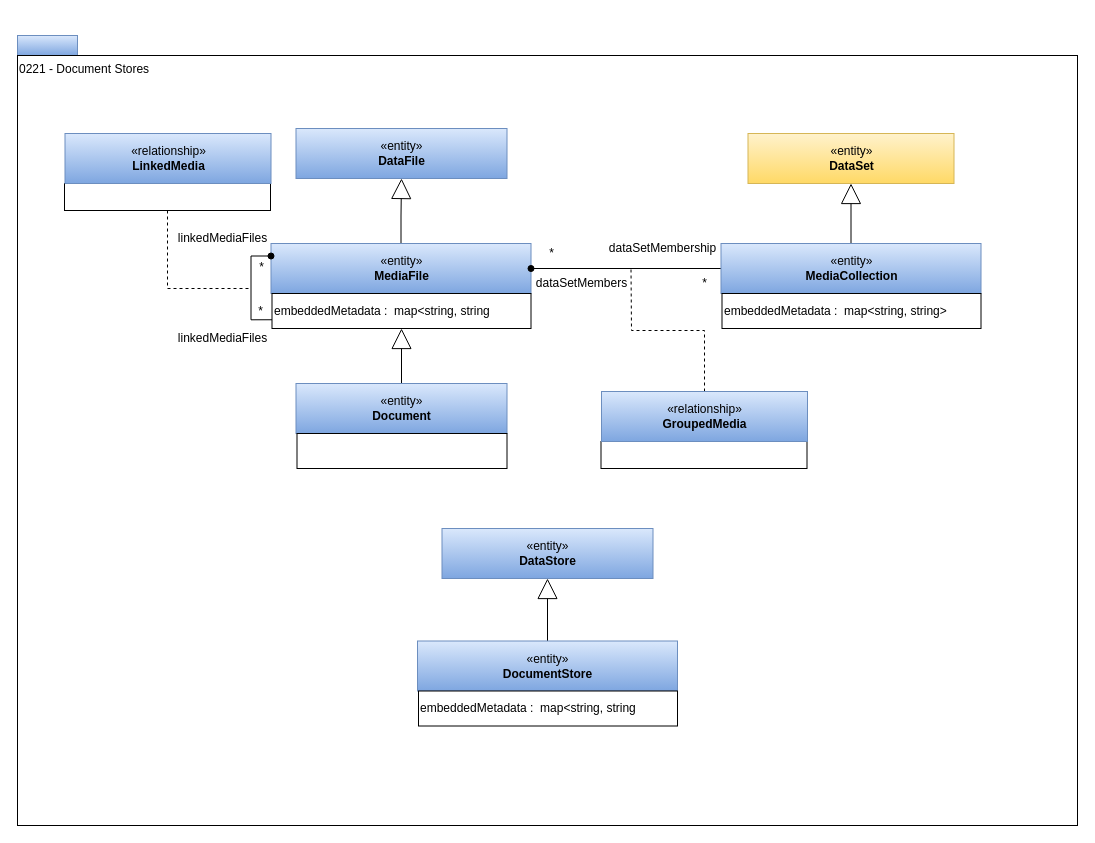
The draw.io diagram page "0221-Document-Stores" (11 of 25) of site/docs/types/2/area-2-assets.drawio in odpi/egeria-docs, before the edit. Source tidied: cells renumbered, new cells numbered last; positions are measured from the earlier drawing's top-left corner, leaving out a move shared by most shapes. Both pictures are drawn from the tidied source at 100%, with x=0, y=0 at pixel (17, 35).
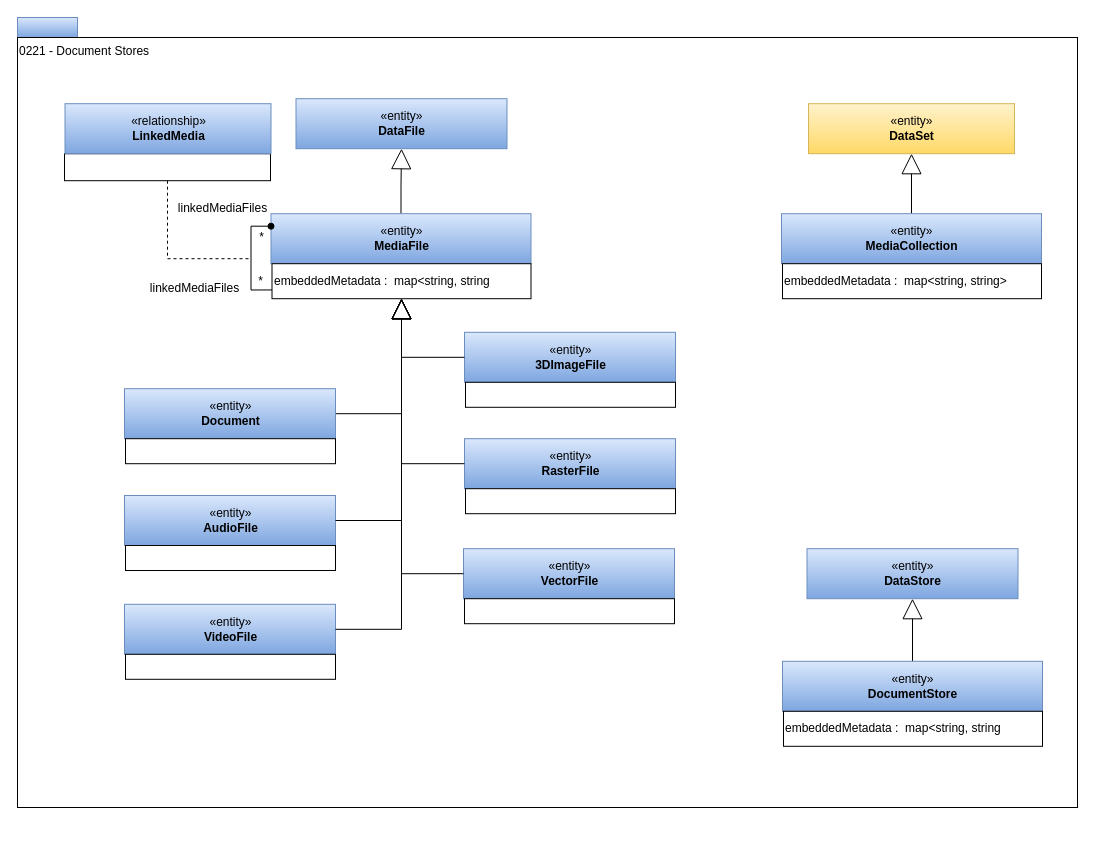
The same page after the edit.

The edit, as a diff of the source:
```diff
@@
     <mxCell id="2" style="rounded=0;whiteSpace=wrap;html=1;align=left;fillColor=#dae8fc;strokeColor=#6c8ebf;gradientColor=#7ea6e0;" parent="1" vertex="1">
-      <mxGeometry width="60" height="20" as="geometry" />
+      <mxGeometry y="-18" width="60" height="20" as="geometry" />
     </mxCell>
     <mxCell id="3" value="0221 - Document Stores" style="rounded=0;whiteSpace=wrap;html=1;align=left;verticalAlign=top;" parent="1" vertex="1">
-      <mxGeometry y="20" width="1060" height="770" as="geometry" />
+      <mxGeometry y="2" width="1060" height="770" as="geometry" />
     </mxCell>
     <mxCell id="4" value="«entity»&lt;br&gt;&lt;b&gt;DataFile&lt;/b&gt;" style="html=1;strokeColor=#6c8ebf;align=center;fillColor=#dae8fc;gradientColor=#7ea6e0;" parent="1" vertex="1">
-      <mxGeometry x="278.5" y="93" width="211" height="50" as="geometry" />
+      <mxGeometry x="278.5" y="63.2" width="211" height="50" as="geometry" />
     </mxCell>
@@
     <mxCell id="6" value="«entity»&lt;br&gt;&lt;b&gt;MediaFile&lt;/b&gt;" style="html=1;strokeColor=#6c8ebf;align=center;fillColor=#dae8fc;gradientColor=#7ea6e0;" parent="1" vertex="1">
-      <mxGeometry x="253.5" y="208" width="260" height="50" as="geometry" />
+      <mxGeometry x="253.5" y="178.2" width="260" height="50" as="geometry" />
     </mxCell>
     <mxCell id="7" value="embeddedMetadata :&amp;nbsp; map&amp;lt;string, string" style="rounded=0;whiteSpace=wrap;html=1;strokeColor=#000000;gradientColor=#ffffff;align=left;" parent="1" vertex="1">
-      <mxGeometry x="254.5" y="258" width="259" height="35" as="geometry" />
+      <mxGeometry x="254.5" y="228.2" width="259" height="35" as="geometry" />
     </mxCell>
-    <mxCell id="8" style="edgeStyle=orthogonalEdgeStyle;rounded=0;jettySize=auto;html=1;entryX=0.5;entryY=1;entryDx=0;entryDy=0;startArrow=none;startFill=0;endArrow=block;endFill=0;endSize=18;targetPerimeterSpacing=9;" parent="1" edge="1" source="9" target="7">
+    <mxCell id="8" style="edgeStyle=orthogonalEdgeStyle;rounded=0;jettySize=auto;html=1;entryX=0.5;entryY=1;entryDx=0;entryDy=0;startArrow=none;startFill=0;endArrow=block;endFill=0;endSize=18;targetPerimeterSpacing=9;exitX=1;exitY=0.5;exitDx=0;exitDy=0;" parent="1" edge="1" source="9" target="7">
       <mxGeometry relative="1" as="geometry" />
     </mxCell>
     <mxCell id="9" value="«entity»&lt;br&gt;&lt;b&gt;Document&lt;/b&gt;" style="html=1;strokeColor=#6c8ebf;align=center;fillColor=#dae8fc;gradientColor=#7ea6e0;" parent="1" vertex="1">
-      <mxGeometry x="278.5" y="348" width="211" height="50" as="geometry" />
+      <mxGeometry x="107" y="353.2" width="211" height="50" as="geometry" />
     </mxCell>
     <mxCell id="10" style="rounded=0;whiteSpace=wrap;html=1;strokeColor=#000000;gradientColor=#ffffff;align=left;" parent="1" vertex="1">
-      <mxGeometry x="279.5" y="398" width="210" height="35" as="geometry" />
+      <mxGeometry x="108" y="403.2" width="210" height="25" as="geometry" />
     </mxCell>
     <mxCell id="11" value="«entity»&lt;br&gt;&lt;b&gt;DataSet&lt;/b&gt;" style="html=1;strokeColor=#d6b656;align=center;fillColor=#fff2cc;gradientColor=#ffd966;" parent="1" vertex="1">
-      <mxGeometry x="730.5" y="98" width="206" height="50" as="geometry" />
+      <mxGeometry x="791" y="68.2" width="206" height="50" as="geometry" />
     </mxCell>
@@
-    <mxCell id="13" style="edgeStyle=orthogonalEdgeStyle;rounded=0;jettySize=auto;html=1;entryX=1;entryY=0.5;entryDx=0;entryDy=0;startArrow=none;startFill=0;endArrow=oval;endFill=1;endSize=6;targetPerimeterSpacing=9;" parent="1" edge="1" source="14" target="6">
-      <mxGeometry relative="1" as="geometry" />
-    </mxCell>
     <mxCell id="14" value="«entity»&lt;br&gt;&lt;b&gt;MediaCollection&lt;/b&gt;" style="html=1;strokeColor=#6c8ebf;align=center;fillColor=#dae8fc;gradientColor=#7ea6e0;" parent="1" vertex="1">
-      <mxGeometry x="703.5" y="208" width="260" height="50" as="geometry" />
+      <mxGeometry x="764" y="178.2" width="260" height="50" as="geometry" />
     </mxCell>
     <mxCell id="15" value="embeddedMetadata :&amp;nbsp; map&amp;lt;string, string&amp;gt;" style="rounded=0;whiteSpace=wrap;html=1;strokeColor=#000000;gradientColor=#ffffff;align=left;" parent="1" vertex="1">
-      <mxGeometry x="704.5" y="258" width="259" height="35" as="geometry" />
+      <mxGeometry x="765" y="228.2" width="259" height="35" as="geometry" />
     </mxCell>
     <mxCell id="16" value="«entity»&lt;br&gt;&lt;b&gt;DataStore&lt;/b&gt;" style="html=1;strokeColor=#6c8ebf;align=center;fillColor=#dae8fc;gradientColor=#7ea6e0;" parent="1" vertex="1">
-      <mxGeometry x="424.5" y="493" width="211" height="50" as="geometry" />
+      <mxGeometry x="789.5" y="513.2" width="211" height="50" as="geometry" />
     </mxCell>
@@
     <mxCell id="18" value="«entity»&lt;br&gt;&lt;b&gt;DocumentStore&lt;/b&gt;" style="html=1;strokeColor=#6c8ebf;align=center;fillColor=#dae8fc;gradientColor=#7ea6e0;" parent="1" vertex="1">
-      <mxGeometry x="400" y="605.5" width="260" height="50" as="geometry" />
+      <mxGeometry x="765" y="625.8" width="260" height="50" as="geometry" />
     </mxCell>
     <mxCell id="19" value="embeddedMetadata :&amp;nbsp; map&amp;lt;string, string" style="rounded=0;whiteSpace=wrap;html=1;strokeColor=#000000;gradientColor=#ffffff;align=left;" parent="1" vertex="1">
-      <mxGeometry x="401" y="655.5" width="259" height="35" as="geometry" />
+      <mxGeometry x="766" y="675.8" width="259" height="35" as="geometry" />
     </mxCell>
-    <mxCell id="20" style="rounded=0;whiteSpace=wrap;html=1;strokeColor=#000000;gradientColor=#ffffff;align=left;" parent="1" vertex="1">
-      <mxGeometry x="583.5" y="406" width="206" height="27" as="geometry" />
-    </mxCell>
-    <mxCell id="21" style="edgeStyle=orthogonalEdgeStyle;rounded=0;jettySize=auto;html=1;dashed=1;startArrow=none;startFill=0;endArrow=none;endFill=0;endSize=18;targetPerimeterSpacing=9;" parent="1" edge="1" source="22">
-      <mxGeometry relative="1" as="geometry">
-        <mxPoint x="613.5" y="233" as="targetPoint" />
-      </mxGeometry>
-    </mxCell>
-    <mxCell id="22" value="«relationship»&lt;br&gt;&lt;b&gt;GroupedMedia&lt;/b&gt;" style="html=1;strokeColor=#6c8ebf;align=center;fillColor=#dae8fc;gradientColor=#7ea6e0;" parent="1" vertex="1">
-      <mxGeometry x="584" y="356" width="206" height="50" as="geometry" />
-    </mxCell>
     <mxCell id="23" style="edgeStyle=orthogonalEdgeStyle;rounded=0;jettySize=auto;html=1;startArrow=none;startFill=0;endArrow=none;endFill=0;endSize=18;targetPerimeterSpacing=9;dashed=1;" parent="1" edge="1" source="24">
       <mxGeometry relative="1" as="geometry">
-        <mxPoint x="233.5" y="253" as="targetPoint" />
+        <mxPoint x="233.5" y="223.2" as="targetPoint" />
         <Array as="points">
-          <mxPoint x="150.5" y="253" />
+          <mxPoint x="150.5" y="223.2" />
         </Array>
       </mxGeometry>
     </mxCell>
     <mxCell id="24" style="rounded=0;whiteSpace=wrap;html=1;strokeColor=#000000;gradientColor=#ffffff;align=left;" parent="1" vertex="1">
-      <mxGeometry x="47" y="148" width="206" height="27" as="geometry" />
+      <mxGeometry x="47" y="118.2" width="206" height="27" as="geometry" />
     </mxCell>
     <mxCell id="25" value="«relationship»&lt;br&gt;&lt;b&gt;LinkedMedia&lt;/b&gt;" style="html=1;strokeColor=#6c8ebf;align=center;fillColor=#dae8fc;gradientColor=#7ea6e0;" parent="1" vertex="1">
-      <mxGeometry x="47.5" y="98" width="206" height="50" as="geometry" />
+      <mxGeometry x="47.5" y="68.2" width="206" height="50" as="geometry" />
     </mxCell>
-    <mxCell id="26" value="dataSetMembership" style="text;html=1;align=center;verticalAlign=middle;" parent="1" vertex="1">
-      <mxGeometry x="584.5" y="203" width="120" height="20" as="geometry" />
-    </mxCell>
-    <mxCell id="27" value="*" style="text;html=1;align=center;verticalAlign=middle;" parent="1" vertex="1">
-      <mxGeometry x="523.5" y="208" width="20" height="20" as="geometry" />
-    </mxCell>
-    <mxCell id="28" value="dataSetMembers" style="text;html=1;align=center;verticalAlign=middle;" parent="1" vertex="1">
-      <mxGeometry x="508.5" y="238" width="110" height="20" as="geometry" />
-    </mxCell>
-    <mxCell id="29" value="*" style="text;html=1;align=center;verticalAlign=middle;" parent="1" vertex="1">
-      <mxGeometry x="676.5" y="238" width="20" height="20" as="geometry" />
-    </mxCell>
     <mxCell id="30" value="linkedMediaFiles" style="text;html=1;align=center;verticalAlign=middle;" parent="1" vertex="1">
-      <mxGeometry x="154.5" y="293" width="100" height="20" as="geometry" />
+      <mxGeometry x="127" y="243.2" width="100" height="20" as="geometry" />
     </mxCell>
     <mxCell id="31" value="linkedMediaFiles" style="text;html=1;align=center;verticalAlign=middle;" parent="1" vertex="1">
-      <mxGeometry x="154.5" y="193" width="100" height="20" as="geometry" />
+      <mxGeometry x="154.5" y="163.2" width="100" height="20" as="geometry" />
     </mxCell>
     <mxCell id="32" value="*" style="text;html=1;align=center;verticalAlign=middle;" parent="1" vertex="1">
-      <mxGeometry x="233" y="265.5" width="20" height="20" as="geometry" />
+      <mxGeometry x="233" y="235.8" width="20" height="20" as="geometry" />
     </mxCell>
     <mxCell id="33" value="*" style="text;html=1;align=center;verticalAlign=middle;" parent="1" vertex="1">
-      <mxGeometry x="233.5" y="222" width="20" height="20" as="geometry" />
+      <mxGeometry x="233.5" y="192.2" width="20" height="20" as="geometry" />
     </mxCell>
@@
+    <mxCell id="35" value="«entity»&lt;br&gt;&lt;b&gt;AudioFile&lt;/b&gt;" style="html=1;strokeColor=#6c8ebf;align=center;fillColor=#dae8fc;gradientColor=#7ea6e0;" parent="1" vertex="1">
+      <mxGeometry x="107" y="460" width="211" height="50" as="geometry" />
+    </mxCell>
+    <mxCell id="36" style="edgeStyle=orthogonalEdgeStyle;rounded=0;jettySize=auto;html=1;startArrow=none;startFill=0;endArrow=block;endFill=0;endSize=18;targetPerimeterSpacing=9;exitX=1;exitY=0.5;exitDx=0;exitDy=0;entryX=0.5;entryY=1;entryDx=0;entryDy=0;" parent="1" edge="1" source="35" target="7">
+      <mxGeometry relative="1" as="geometry" />
+    </mxCell>
+    <mxCell id="37" style="rounded=0;whiteSpace=wrap;html=1;strokeColor=#000000;gradientColor=#ffffff;align=left;" parent="1" vertex="1">
+      <mxGeometry x="108" y="510" width="210" height="25" as="geometry" />
+    </mxCell>
+    <mxCell id="38" value="«entity»&lt;br&gt;&lt;b&gt;VideoFile&lt;/b&gt;" style="html=1;strokeColor=#6c8ebf;align=center;fillColor=#dae8fc;gradientColor=#7ea6e0;" parent="1" vertex="1">
+      <mxGeometry x="107" y="568.8" width="211" height="50" as="geometry" />
+    </mxCell>
+    <mxCell id="39" style="edgeStyle=orthogonalEdgeStyle;rounded=0;jettySize=auto;html=1;startArrow=none;startFill=0;endArrow=block;endFill=0;endSize=18;targetPerimeterSpacing=9;exitX=1;exitY=0.5;exitDx=0;exitDy=0;entryX=0.5;entryY=1;entryDx=0;entryDy=0;" parent="1" edge="1" source="38" target="7">
+      <mxGeometry relative="1" as="geometry" />
+    </mxCell>
+    <mxCell id="40" style="rounded=0;whiteSpace=wrap;html=1;strokeColor=#000000;gradientColor=#ffffff;align=left;" parent="1" vertex="1">
+      <mxGeometry x="108" y="618.8" width="210" height="25" as="geometry" />
+    </mxCell>
+    <mxCell id="41" value="«entity»&lt;br&gt;&lt;b&gt;3DImageFile&lt;/b&gt;" style="html=1;strokeColor=#6c8ebf;align=center;fillColor=#dae8fc;gradientColor=#7ea6e0;" parent="1" vertex="1">
+      <mxGeometry x="447" y="296.8" width="211" height="50" as="geometry" />
+    </mxCell>
+    <mxCell id="42" style="edgeStyle=orthogonalEdgeStyle;rounded=0;jettySize=auto;html=1;startArrow=none;startFill=0;endArrow=block;endFill=0;endSize=18;targetPerimeterSpacing=9;exitX=0;exitY=0.5;exitDx=0;exitDy=0;entryX=0.5;entryY=1;entryDx=0;entryDy=0;" parent="1" edge="1" source="41" target="7">
+      <mxGeometry relative="1" as="geometry" />
+    </mxCell>
+    <mxCell id="43" style="rounded=0;whiteSpace=wrap;html=1;strokeColor=#000000;gradientColor=#ffffff;align=left;" parent="1" vertex="1">
+      <mxGeometry x="448" y="346.8" width="210" height="25" as="geometry" />
+    </mxCell>
+    <mxCell id="44" value="«entity»&lt;br&gt;&lt;b&gt;RasterFile&lt;/b&gt;" style="html=1;strokeColor=#6c8ebf;align=center;fillColor=#dae8fc;gradientColor=#7ea6e0;" parent="1" vertex="1">
+      <mxGeometry x="447" y="403.2" width="211" height="50" as="geometry" />
+    </mxCell>
+    <mxCell id="45" style="edgeStyle=orthogonalEdgeStyle;rounded=0;jettySize=auto;html=1;startArrow=none;startFill=0;endArrow=block;endFill=0;endSize=18;targetPerimeterSpacing=9;exitX=0;exitY=0.5;exitDx=0;exitDy=0;entryX=0.5;entryY=1;entryDx=0;entryDy=0;" parent="1" edge="1" source="44" target="7">
+      <mxGeometry relative="1" as="geometry" />
+    </mxCell>
+    <mxCell id="46" style="rounded=0;whiteSpace=wrap;html=1;strokeColor=#000000;gradientColor=#ffffff;align=left;" parent="1" vertex="1">
+      <mxGeometry x="448" y="453.2" width="210" height="25" as="geometry" />
+    </mxCell>
+    <mxCell id="47" value="«entity»&lt;br&gt;&lt;b&gt;VectorFile&lt;/b&gt;" style="html=1;strokeColor=#6c8ebf;align=center;fillColor=#dae8fc;gradientColor=#7ea6e0;" parent="1" vertex="1">
+      <mxGeometry x="446" y="513.2" width="211" height="50" as="geometry" />
+    </mxCell>
+    <mxCell id="48" style="edgeStyle=orthogonalEdgeStyle;rounded=0;jettySize=auto;html=1;startArrow=none;startFill=0;endArrow=block;endFill=0;endSize=18;targetPerimeterSpacing=9;exitX=0;exitY=0.5;exitDx=0;exitDy=0;entryX=0.5;entryY=1;entryDx=0;entryDy=0;" parent="1" edge="1" source="47" target="7">
+      <mxGeometry relative="1" as="geometry" />
+    </mxCell>
+    <mxCell id="49" style="rounded=0;whiteSpace=wrap;html=1;strokeColor=#000000;gradientColor=#ffffff;align=left;" parent="1" vertex="1">
+      <mxGeometry x="447" y="563.2" width="210" height="25" as="geometry" />
+    </mxCell>
```
